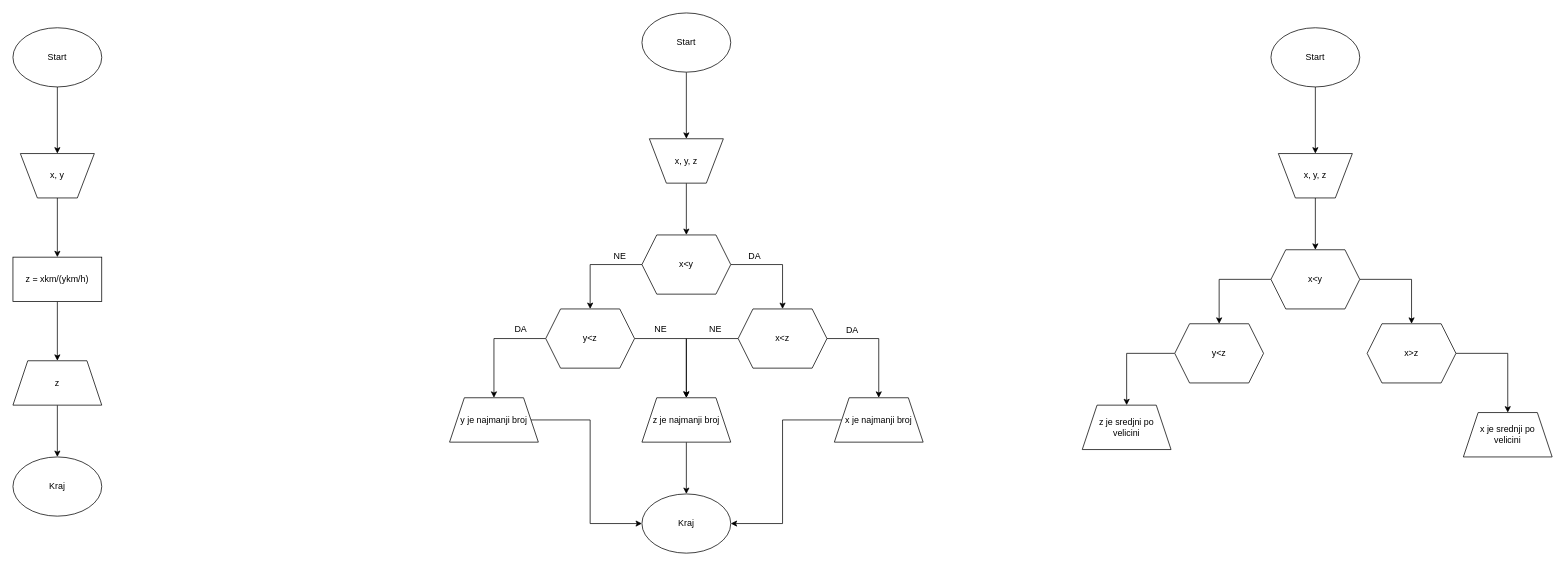
Above: Untitled Diagram.drawio in stashat/Test (draw.io), before the change. Source tidied: cells renumbered, new cells numbered last; positions are measured from the earlier drawing's top-left corner, leaving out a move shared by most shapes. Both pictures are drawn from the tidied source at 74%, with x=0, y=0 at pixel (13, 13).
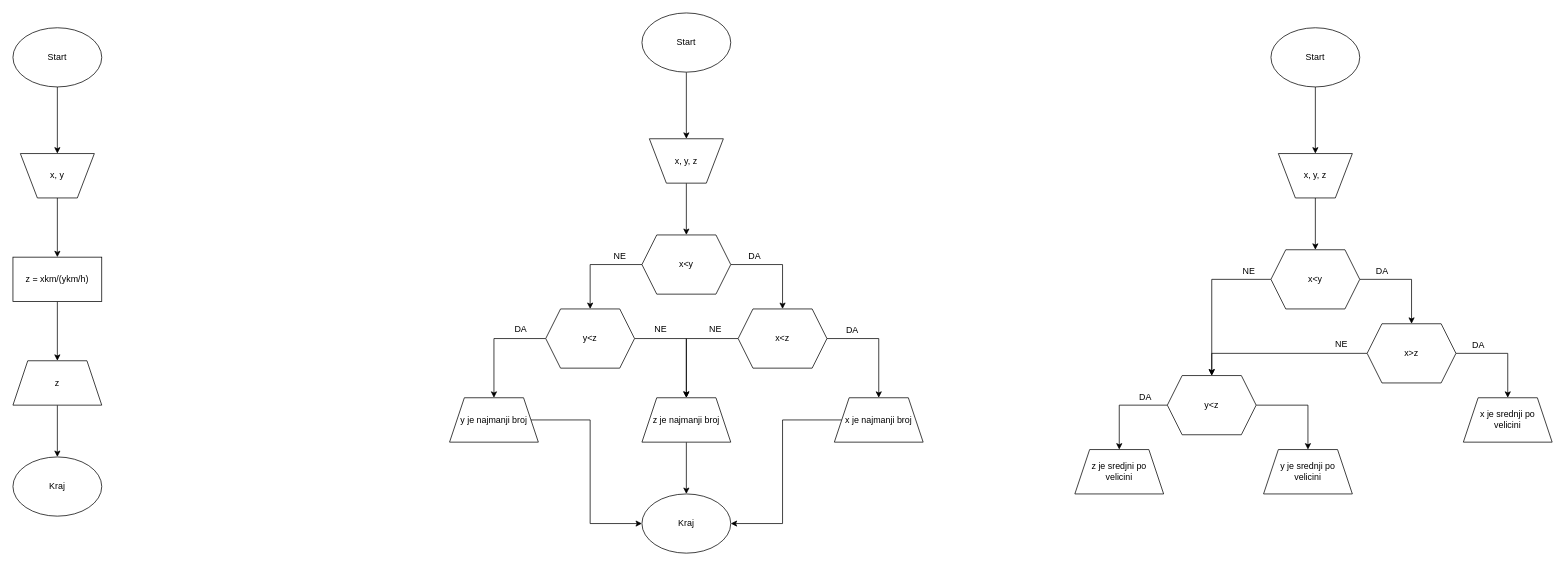
The same page after the edit.

The change refers to these unchanged cells:
```xml
<mxCell id="39" value="x&amp;gt;z" style="shape=hexagon;perimeter=hexagonPerimeter2;whiteSpace=wrap;html=1;fixedSize=1;rounded=0;fillColor=#FFFFFF;arcSize=10;" parent="1" vertex="1">
  <mxGeometry x="1830" y="420" width="120" height="80" as="geometry" />
</mxCell>
```

What changed in the source:
```diff
@@
+    <mxCell id="50" style="edgeStyle=orthogonalEdgeStyle;rounded=0;jettySize=auto;html=1;entryX=0.5;entryY=0;entryDx=0;entryDy=0;" parent="1" edge="1" source="39" target="41">
+      <mxGeometry relative="1" as="geometry" />
+    </mxCell>
@@
+    <mxCell id="51" style="edgeStyle=orthogonalEdgeStyle;rounded=0;jettySize=auto;html=1;" parent="1" edge="1" source="41" target="56">
+      <mxGeometry relative="1" as="geometry" />
+    </mxCell>
     <mxCell id="41" value="y&amp;lt;z" style="shape=hexagon;perimeter=hexagonPerimeter2;whiteSpace=wrap;html=1;fixedSize=1;rounded=0;fillColor=#FFFFFF;arcSize=10;" parent="1" vertex="1">
-      <mxGeometry x="1570" y="420" width="120" height="80" as="geometry" />
+      <mxGeometry x="1560" y="490" width="120" height="80" as="geometry" />
     </mxCell>
     <mxCell id="42" value="x je srednji po &lt;br&gt;velicini" style="shape=trapezoid;perimeter=trapezoidPerimeter;whiteSpace=wrap;html=1;fixedSize=1;rounded=0;fillColor=#FFFFFF;arcSize=10;" parent="1" vertex="1">
-      <mxGeometry x="1960" y="540" width="120" height="60" as="geometry" />
+      <mxGeometry x="1960" y="520" width="120" height="60" as="geometry" />
     </mxCell>
     <mxCell id="43" value="z je sredjni po&lt;br&gt;velicini" style="shape=trapezoid;perimeter=trapezoidPerimeter;whiteSpace=wrap;html=1;fixedSize=1;rounded=0;fillColor=#FFFFFF;arcSize=10;" parent="1" vertex="1">
-      <mxGeometry x="1445" y="530" width="120" height="60" as="geometry" />
+      <mxGeometry x="1435" y="590" width="120" height="60" as="geometry" />
     </mxCell>
@@
+    <mxCell id="52" value="DA" style="text;html=1;align=center;verticalAlign=middle;" parent="1" vertex="1">
+      <mxGeometry x="1835" y="339" width="30" height="20" as="geometry" />
+    </mxCell>
+    <mxCell id="53" value="NE" style="text;html=1;align=center;verticalAlign=middle;" parent="1" vertex="1">
+      <mxGeometry x="1655" y="339" width="30" height="20" as="geometry" />
+    </mxCell>
+    <mxCell id="54" value="DA" style="text;html=1;align=center;verticalAlign=middle;" parent="1" vertex="1">
+      <mxGeometry x="1965" y="439" width="30" height="20" as="geometry" />
+    </mxCell>
+    <mxCell id="55" value="DA" style="text;html=1;align=center;verticalAlign=middle;" parent="1" vertex="1">
+      <mxGeometry x="1515" y="509" width="30" height="20" as="geometry" />
+    </mxCell>
+    <mxCell id="56" value="y je srednji po&lt;br&gt;velicini" style="shape=trapezoid;perimeter=trapezoidPerimeter;whiteSpace=wrap;html=1;fixedSize=1;rounded=0;fillColor=#FFFFFF;arcSize=10;" parent="1" vertex="1">
+      <mxGeometry x="1690" y="590" width="120" height="60" as="geometry" />
+    </mxCell>
+    <mxCell id="57" value="NE" style="text;html=1;align=center;verticalAlign=middle;" parent="1" vertex="1">
+      <mxGeometry x="1780" y="438" width="30" height="20" as="geometry" />
+    </mxCell>
```
